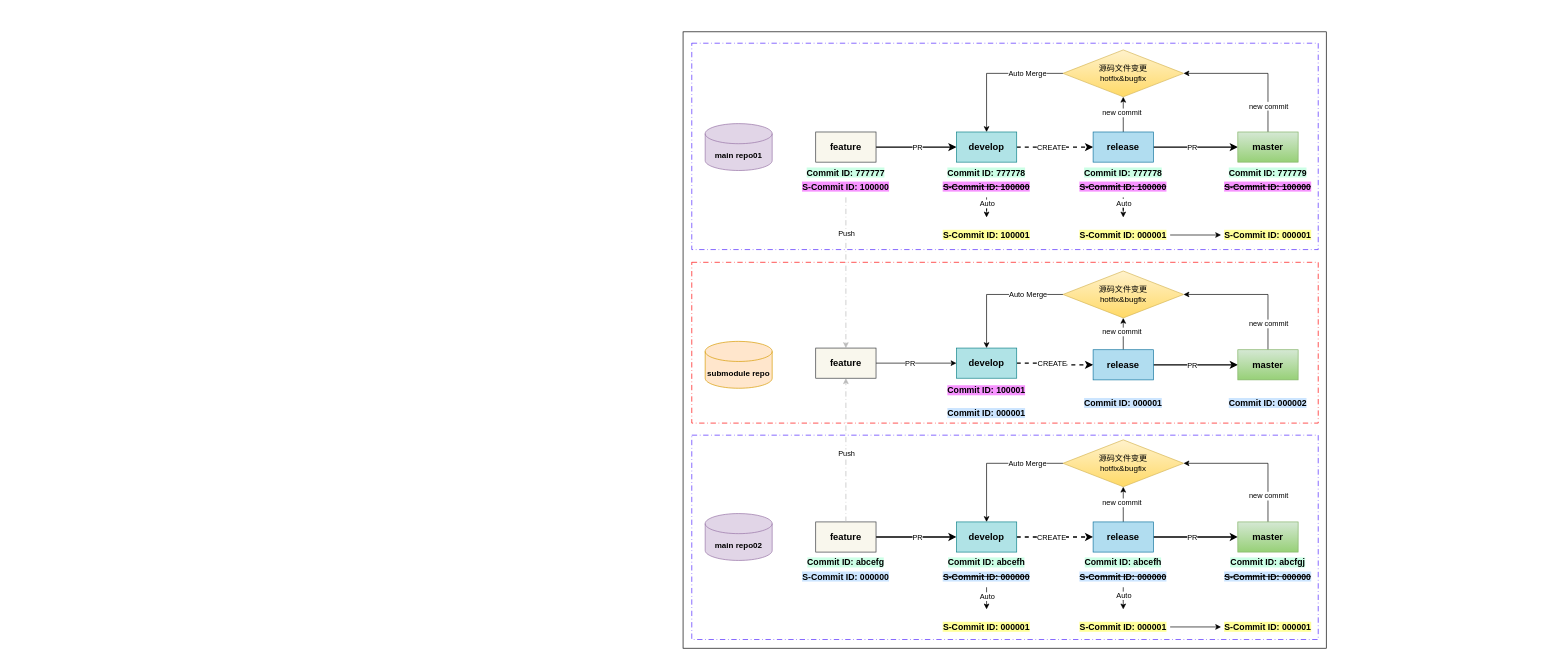
This is draw.io/storehub-submodule解决方案.drawio from ScottStorehub/scott_own, a draw.io file, before an edit. Source tidied: cells renumbered, new cells numbered last; positions are measured from the earlier drawing's top-left corner, leaving out a move shared by most shapes. Both pictures are drawn from the tidied source at 67%, with x=0, y=0 at pixel (683, 31).
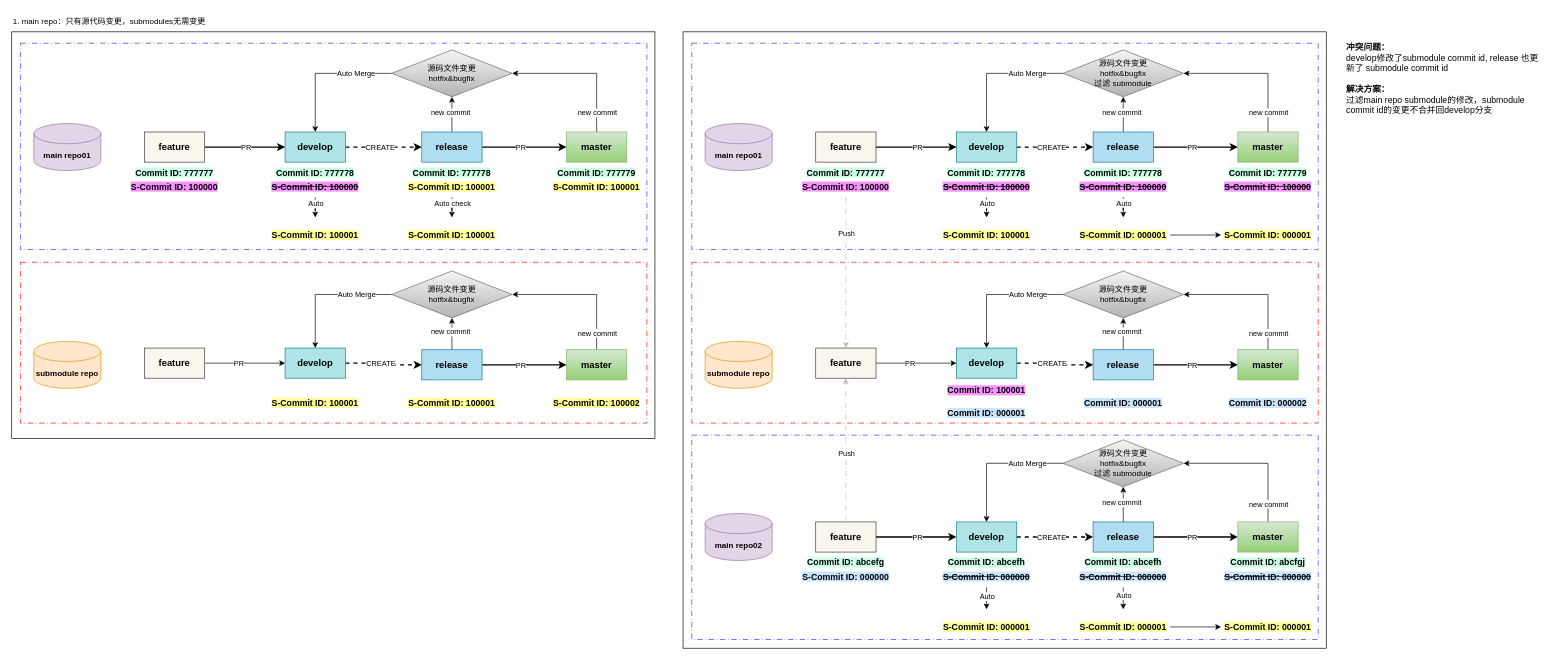
Above is the later version.

Commit message:
更新storehub-submodule解决方案.drawio

The change refers to these unchanged cells:
```xml
<mxCell id="16" style="edgeStyle=orthogonalEdgeStyle;rounded=0;jettySize=auto;html=1;exitX=0.5;exitY=0;exitDx=0;exitDy=0;entryX=1;entryY=0.5;entryDx=0;entryDy=0;endArrow=classic;endFill=1;" parent="1" edge="1" source="18" target="24">
  <mxGeometry relative="1" as="geometry" />
</mxCell>
<mxCell id="36" style="edgeStyle=orthogonalEdgeStyle;rounded=0;jettySize=auto;html=1;exitX=0.5;exitY=0;exitDx=0;exitDy=0;entryX=1;entryY=0.5;entryDx=0;entryDy=0;endArrow=classic;endFill=1;" parent="1" edge="1" source="38" target="41">
  <mxGeometry relative="1" as="geometry" />
</mxCell>
<mxCell id="63" style="edgeStyle=orthogonalEdgeStyle;rounded=0;jettySize=auto;html=1;exitX=0.5;exitY=0;exitDx=0;exitDy=0;entryX=1;entryY=0.5;entryDx=0;entryDy=0;endArrow=classic;endFill=1;" parent="1" edge="1" source="65" target="68">
  <mxGeometry relative="1" as="geometry" />
</mxCell>
```

Diff of the diagram source:
```diff
@@
     <mxCell id="17" value="new commit" style="edgeLabel;html=1;align=center;verticalAlign=middle;" parent="16" vertex="1">
-      <mxGeometry x="-0.63" relative="1" as="geometry" />
+      <mxGeometry x="-0.63" relative="1" as="geometry">
+        <mxPoint y="14" as="offset" />
+      </mxGeometry>
     </mxCell>
@@
-    <mxCell id="24" value="源码文件变更&lt;div&gt;hotfix&amp;amp;bugfix&lt;/div&gt;" style="rhombus;whiteSpace=wrap;html=1;fillColor=#fff2cc;gradientColor=#ffd966;strokeColor=#d6b656;" parent="1" vertex="1">
+    <mxCell id="24" value="源码文件变更&lt;div&gt;hotfix&amp;amp;bugfix&lt;/div&gt;" style="rhombus;whiteSpace=wrap;html=1;fillColor=#f5f5f5;gradientColor=#b3b3b3;strokeColor=#666666;" parent="1" vertex="1">
       <mxGeometry x="567" y="357" width="180" height="70" as="geometry" />
     </mxCell>
@@
     <mxCell id="37" value="new commit" style="edgeLabel;html=1;align=center;verticalAlign=middle;" parent="36" vertex="1">
-      <mxGeometry x="-0.63" relative="1" as="geometry" />
+      <mxGeometry x="-0.63" relative="1" as="geometry">
+        <mxPoint y="12" as="offset" />
+      </mxGeometry>
     </mxCell>
@@
-    <mxCell id="41" value="源码文件变更&lt;div&gt;hotfix&amp;amp;bugfix&lt;/div&gt;" style="rhombus;whiteSpace=wrap;html=1;fillColor=#fff2cc;gradientColor=#ffd966;strokeColor=#d6b656;" parent="1" vertex="1">
+    <mxCell id="41" value="源码文件变更&lt;div&gt;hotfix&amp;amp;bugfix&lt;/div&gt;&lt;div&gt;过滤 submodule&lt;/div&gt;" style="rhombus;whiteSpace=wrap;html=1;fillColor=#f5f5f5;gradientColor=#b3b3b3;strokeColor=#666666;shadow=0;rounded=0;" parent="1" vertex="1">
       <mxGeometry x="567" y="609" width="180" height="70" as="geometry" />
     </mxCell>
@@
     <mxCell id="64" value="new commit" style="edgeLabel;html=1;align=center;verticalAlign=middle;" parent="63" vertex="1">
-      <mxGeometry x="-0.63" relative="1" as="geometry" />
+      <mxGeometry x="-0.63" relative="1" as="geometry">
+        <mxPoint y="10" as="offset" />
+      </mxGeometry>
     </mxCell>
@@
-    <mxCell id="68" value="源码文件变更&lt;div&gt;hotfix&amp;amp;bugfix&lt;/div&gt;" style="rhombus;whiteSpace=wrap;html=1;fillColor=#fff2cc;gradientColor=#ffd966;strokeColor=#d6b656;" parent="1" vertex="1">
+    <mxCell id="68" value="源码文件变更&lt;div&gt;hotfix&amp;amp;bugfix&lt;/div&gt;&lt;div&gt;过滤 submodule&lt;/div&gt;" style="rhombus;whiteSpace=wrap;html=1;fillColor=#f5f5f5;gradientColor=#b3b3b3;strokeColor=#666666;" parent="1" vertex="1">
       <mxGeometry x="567" y="27" width="180" height="70" as="geometry" />
     </mxCell>
@@
+    <mxCell id="92" style="rounded=0;whiteSpace=wrap;html=1;fillColor=none;" parent="1" vertex="1">
+      <mxGeometry x="-1002" width="960" height="607" as="geometry" />
+    </mxCell>
+    <mxCell id="93" style="rounded=0;whiteSpace=wrap;html=1;fillColor=none;dashed=1;dashPattern=8 4 1 4;strokeColor=#FF0000;" parent="1" vertex="1">
+      <mxGeometry x="-989" y="344" width="935" height="240" as="geometry" />
+    </mxCell>
+    <mxCell id="94" style="rounded=0;whiteSpace=wrap;html=1;fillColor=none;dashed=1;dashPattern=8 4 1 4;strokeColor=#4D21FF;" parent="1" vertex="1">
+      <mxGeometry x="-989" y="17" width="935" height="308" as="geometry" />
+    </mxCell>
+    <mxCell id="95" value="submodule repo" style="shape=cylinder3;whiteSpace=wrap;html=1;boundedLbl=1;backgroundOutline=1;size=15;fillColor=#ffe6cc;strokeColor=#d79b00;fontStyle=1;" parent="1" vertex="1">
+      <mxGeometry x="-969" y="462" width="100" height="70" as="geometry" />
+    </mxCell>
+    <mxCell id="96" style="edgeStyle=orthogonalEdgeStyle;rounded=0;jettySize=auto;html=1;entryX=0;entryY=0.5;entryDx=0;entryDy=0;dashed=1;strokeWidth=2;" parent="1" edge="1" source="98" target="103">
+      <mxGeometry relative="1" as="geometry" />
+    </mxCell>
+    <mxCell id="97" value="CREATE" style="edgeLabel;html=1;align=center;verticalAlign=middle;" parent="96" vertex="1">
+      <mxGeometry x="-0.23" y="5" relative="1" as="geometry">
+        <mxPoint x="7" y="5" as="offset" />
+      </mxGeometry>
+    </mxCell>
+    <mxCell id="98" value="develop" style="rounded=0;whiteSpace=wrap;html=1;fontSize=14;fontStyle=1;fillColor=#b0e3e6;strokeColor=#0e8088;" parent="1" vertex="1">
+      <mxGeometry x="-594" y="472" width="90" height="45" as="geometry" />
+    </mxCell>
+    <mxCell id="99" style="edgeStyle=orthogonalEdgeStyle;rounded=0;jettySize=auto;html=1;exitX=1;exitY=0.5;exitDx=0;exitDy=0;strokeWidth=2;" parent="1" edge="1" source="103" target="106">
+      <mxGeometry relative="1" as="geometry" />
+    </mxCell>
+    <mxCell id="100" value="PR" style="edgeLabel;html=1;align=center;verticalAlign=middle;" parent="99" vertex="1">
+      <mxGeometry x="-0.03" y="3" relative="1" as="geometry">
+        <mxPoint x="-4" y="3" as="offset" />
+      </mxGeometry>
+    </mxCell>
+    <mxCell id="101" style="edgeStyle=orthogonalEdgeStyle;rounded=0;jettySize=auto;html=1;exitX=0.5;exitY=0;exitDx=0;exitDy=0;entryX=0.5;entryY=1;entryDx=0;entryDy=0;" parent="1" edge="1" source="103" target="111">
+      <mxGeometry relative="1" as="geometry" />
+    </mxCell>
+    <mxCell id="102" value="new commit" style="edgeLabel;html=1;align=center;verticalAlign=middle;" parent="101" vertex="1">
+      <mxGeometry x="0.12" y="-2" relative="1" as="geometry">
+        <mxPoint x="-5" as="offset" />
+      </mxGeometry>
+    </mxCell>
+    <mxCell id="103" value="release" style="rounded=0;whiteSpace=wrap;html=1;fontSize=14;fontStyle=1;fillColor=#b1ddf0;strokeColor=#10739e;" parent="1" vertex="1">
+      <mxGeometry x="-390" y="474.5" width="90" height="45" as="geometry" />
+    </mxCell>
+    <mxCell id="104" style="edgeStyle=orthogonalEdgeStyle;rounded=0;jettySize=auto;html=1;exitX=0.5;exitY=0;exitDx=0;exitDy=0;entryX=1;entryY=0.5;entryDx=0;entryDy=0;endArrow=classic;endFill=1;" parent="1" edge="1" source="106" target="111">
+      <mxGeometry relative="1" as="geometry" />
+    </mxCell>
+    <mxCell id="105" value="new commit" style="edgeLabel;html=1;align=center;verticalAlign=middle;" parent="104" vertex="1">
+      <mxGeometry x="-0.63" relative="1" as="geometry">
+        <mxPoint y="14" as="offset" />
+      </mxGeometry>
+    </mxCell>
+    <mxCell id="106" value="master" style="rounded=0;whiteSpace=wrap;html=1;fontSize=14;fontStyle=1;fillColor=#d5e8d4;gradientColor=#97d077;strokeColor=#82b366;" parent="1" vertex="1">
+      <mxGeometry x="-174" y="474.5" width="90" height="45" as="geometry" />
+    </mxCell>
+    <mxCell id="107" value="&lt;span style=&quot;background-color: rgb(255, 255, 153);&quot;&gt;S-Commit ID: 100001&lt;/span&gt;" style="text;html=1;whiteSpace=wrap;strokeColor=none;fillColor=none;align=center;verticalAlign=middle;rounded=0;fontSize=13;fontStyle=1;" parent="1" vertex="1">
+      <mxGeometry x="-415" y="539" width="140" height="30" as="geometry" />
+    </mxCell>
+    <mxCell id="108" value="&lt;span style=&quot;background-color: rgb(255, 255, 153);&quot;&gt;S-Commit ID: 100002&lt;/span&gt;" style="text;html=1;whiteSpace=wrap;strokeColor=none;fillColor=none;align=center;verticalAlign=middle;rounded=0;fontSize=13;fontStyle=1;" parent="1" vertex="1">
+      <mxGeometry x="-199" y="539" width="140" height="30" as="geometry" />
+    </mxCell>
+    <mxCell id="109" style="edgeStyle=orthogonalEdgeStyle;rounded=0;jettySize=auto;html=1;exitX=0;exitY=0.5;exitDx=0;exitDy=0;entryX=0.5;entryY=0;entryDx=0;entryDy=0;" parent="1" edge="1" source="111" target="98">
+      <mxGeometry relative="1" as="geometry" />
+    </mxCell>
+    <mxCell id="110" value="Auto Merge" style="edgeLabel;html=1;align=center;verticalAlign=middle;" parent="109" vertex="1">
+      <mxGeometry x="-0.7" y="4" relative="1" as="geometry">
+        <mxPoint x="-24" y="-4" as="offset" />
+      </mxGeometry>
+    </mxCell>
+    <mxCell id="111" value="源码文件变更&lt;div&gt;hotfix&amp;amp;bugfix&lt;/div&gt;" style="rhombus;whiteSpace=wrap;html=1;fillColor=#f5f5f5;gradientColor=#b3b3b3;strokeColor=#666666;" parent="1" vertex="1">
+      <mxGeometry x="-435" y="357" width="180" height="70" as="geometry" />
+    </mxCell>
+    <mxCell id="112" value="main repo01" style="shape=cylinder3;whiteSpace=wrap;html=1;boundedLbl=1;backgroundOutline=1;size=15;fontStyle=1;fillColor=#e1d5e7;strokeColor=#9673a6;" parent="1" vertex="1">
+      <mxGeometry x="-969" y="137" width="100" height="70" as="geometry" />
+    </mxCell>
+    <mxCell id="113" style="edgeStyle=orthogonalEdgeStyle;rounded=0;jettySize=auto;html=1;exitX=1;exitY=0.5;exitDx=0;exitDy=0;strokeWidth=2;" parent="1" edge="1" source="115" target="118">
+      <mxGeometry relative="1" as="geometry" />
+    </mxCell>
+    <mxCell id="114" value="PR" style="edgeLabel;html=1;align=center;verticalAlign=middle;" parent="113" vertex="1">
+      <mxGeometry x="-0.13" y="-1" relative="1" as="geometry">
+        <mxPoint x="9" y="-1" as="offset" />
+      </mxGeometry>
+    </mxCell>
+    <mxCell id="115" value="feature" style="rounded=0;whiteSpace=wrap;html=1;fontSize=14;fontStyle=1;fillColor=#f9f7ed;strokeColor=#36393d;" parent="1" vertex="1">
+      <mxGeometry x="-804" y="149.5" width="90" height="45" as="geometry" />
+    </mxCell>
+    <mxCell id="116" style="edgeStyle=orthogonalEdgeStyle;rounded=0;jettySize=auto;html=1;entryX=0;entryY=0.5;entryDx=0;entryDy=0;dashed=1;strokeWidth=2;" parent="1" edge="1" source="118" target="123">
+      <mxGeometry relative="1" as="geometry" />
+    </mxCell>
+    <mxCell id="117" value="CREATE" style="edgeLabel;html=1;align=center;verticalAlign=middle;" parent="116" vertex="1">
+      <mxGeometry y="-2" relative="1" as="geometry">
+        <mxPoint x="-6" y="-2" as="offset" />
+      </mxGeometry>
+    </mxCell>
+    <mxCell id="118" value="develop" style="rounded=0;whiteSpace=wrap;html=1;fontSize=14;fontStyle=1;fillColor=#b0e3e6;strokeColor=#0e8088;" parent="1" vertex="1">
+      <mxGeometry x="-594" y="149.5" width="90" height="45" as="geometry" />
+    </mxCell>
+    <mxCell id="119" style="edgeStyle=orthogonalEdgeStyle;rounded=0;jettySize=auto;html=1;exitX=1;exitY=0.5;exitDx=0;exitDy=0;strokeWidth=2;" parent="1" edge="1" source="123" target="126">
+      <mxGeometry relative="1" as="geometry" />
+    </mxCell>
+    <mxCell id="120" value="PR" style="edgeLabel;html=1;align=center;verticalAlign=middle;" parent="119" vertex="1">
+      <mxGeometry x="-0.1" relative="1" as="geometry" />
+    </mxCell>
+    <mxCell id="121" style="edgeStyle=orthogonalEdgeStyle;rounded=0;jettySize=auto;html=1;exitX=0.5;exitY=0;exitDx=0;exitDy=0;entryX=0.5;entryY=1;entryDx=0;entryDy=0;" parent="1" edge="1" source="123" target="129">
+      <mxGeometry relative="1" as="geometry" />
+    </mxCell>
+    <mxCell id="122" value="new commit" style="edgeLabel;html=1;align=center;verticalAlign=middle;" parent="121" vertex="1">
+      <mxGeometry x="0.12" y="-2" relative="1" as="geometry">
+        <mxPoint x="-5" as="offset" />
+      </mxGeometry>
+    </mxCell>
+    <mxCell id="123" value="release" style="rounded=0;whiteSpace=wrap;html=1;fontSize=14;fontStyle=1;fillColor=#b1ddf0;strokeColor=#10739e;" parent="1" vertex="1">
+      <mxGeometry x="-390" y="149.5" width="90" height="45" as="geometry" />
+    </mxCell>
+    <mxCell id="124" style="edgeStyle=orthogonalEdgeStyle;rounded=0;jettySize=auto;html=1;exitX=0.5;exitY=0;exitDx=0;exitDy=0;entryX=1;entryY=0.5;entryDx=0;entryDy=0;endArrow=classic;endFill=1;" parent="1" edge="1" source="126" target="129">
+      <mxGeometry relative="1" as="geometry" />
+    </mxCell>
+    <mxCell id="125" value="new commit" style="edgeLabel;html=1;align=center;verticalAlign=middle;" parent="124" vertex="1">
+      <mxGeometry x="-0.63" relative="1" as="geometry">
+        <mxPoint y="10" as="offset" />
+      </mxGeometry>
+    </mxCell>
+    <mxCell id="126" value="master" style="rounded=0;whiteSpace=wrap;html=1;fontSize=14;fontStyle=1;fillColor=#d5e8d4;gradientColor=#97d077;strokeColor=#82b366;" parent="1" vertex="1">
+      <mxGeometry x="-174" y="149.5" width="90" height="45" as="geometry" />
+    </mxCell>
+    <mxCell id="127" style="edgeStyle=orthogonalEdgeStyle;rounded=0;jettySize=auto;html=1;exitX=0;exitY=0.5;exitDx=0;exitDy=0;entryX=0.5;entryY=0;entryDx=0;entryDy=0;" parent="1" edge="1" source="129" target="118">
+      <mxGeometry relative="1" as="geometry" />
+    </mxCell>
+    <mxCell id="128" value="Auto Merge" style="edgeLabel;html=1;align=center;verticalAlign=middle;" parent="127" vertex="1">
+      <mxGeometry x="-0.7" y="4" relative="1" as="geometry">
+        <mxPoint x="-24" y="-4" as="offset" />
+      </mxGeometry>
+    </mxCell>
+    <mxCell id="129" value="源码文件变更&lt;div&gt;hotfix&amp;amp;bugfix&lt;/div&gt;" style="rhombus;whiteSpace=wrap;html=1;fillColor=#f5f5f5;gradientColor=#b3b3b3;strokeColor=#666666;" parent="1" vertex="1">
+      <mxGeometry x="-435" y="27" width="180" height="70" as="geometry" />
+    </mxCell>
+    <mxCell id="130" style="edgeStyle=orthogonalEdgeStyle;rounded=0;jettySize=auto;html=1;" parent="1" edge="1" source="132" target="138">
+      <mxGeometry relative="1" as="geometry" />
+    </mxCell>
+    <mxCell id="131" value="Auto" style="edgeLabel;html=1;align=center;verticalAlign=middle;" parent="130" vertex="1">
+      <mxGeometry x="0.31" y="-2" relative="1" as="geometry">
+        <mxPoint x="2" y="-4" as="offset" />
+      </mxGeometry>
+    </mxCell>
+    <mxCell id="132" value="&lt;div style=&quot;line-height: 160%;&quot;&gt;&lt;div&gt;&lt;span style=&quot;background-color: rgb(204, 255, 230);&quot;&gt;Commit ID: 777778&lt;/span&gt;&lt;/div&gt;&lt;span style=&quot;background-color: rgb(247, 147, 255);&quot;&gt;&lt;strike&gt;S-Commit ID: 100000&lt;/strike&gt;&lt;/span&gt;&lt;/div&gt;" style="text;html=1;whiteSpace=wrap;strokeColor=none;fillColor=none;align=center;verticalAlign=middle;rounded=0;fontSize=13;fontStyle=1;spacing=3;" parent="1" vertex="1">
+      <mxGeometry x="-619" y="194.5" width="140" height="52.5" as="geometry" />
+    </mxCell>
+    <mxCell id="133" style="edgeStyle=orthogonalEdgeStyle;rounded=0;jettySize=auto;html=1;" parent="1" edge="1" source="135" target="139">
+      <mxGeometry relative="1" as="geometry" />
+    </mxCell>
+    <mxCell id="134" value="Auto check" style="edgeLabel;html=1;align=center;verticalAlign=middle;" parent="133" vertex="1">
+      <mxGeometry x="-0.67" relative="1" as="geometry" />
+    </mxCell>
+    <mxCell id="135" value="&lt;div style=&quot;line-height: 160%;&quot;&gt;&lt;div&gt;&lt;span style=&quot;background-color: rgb(204, 255, 230);&quot;&gt;Commit ID: 777778&lt;/span&gt;&lt;/div&gt;&lt;span style=&quot;background-color: rgb(255, 255, 153);&quot;&gt;S-Commit ID: 100001&lt;/span&gt;&lt;/div&gt;" style="text;html=1;whiteSpace=wrap;strokeColor=none;fillColor=none;align=center;verticalAlign=middle;rounded=0;fontSize=13;fontStyle=1;spacing=3;" parent="1" vertex="1">
+      <mxGeometry x="-415" y="194.5" width="140" height="52.5" as="geometry" />
+    </mxCell>
+    <mxCell id="136" value="&lt;div style=&quot;line-height: 160%;&quot;&gt;&lt;div&gt;&lt;span style=&quot;background-color: rgb(204, 255, 230);&quot;&gt;Commit ID: 777779&lt;/span&gt;&lt;/div&gt;&lt;span style=&quot;background-color: rgb(255, 255, 153);&quot;&gt;S-Commit ID: 100001&lt;/span&gt;&lt;/div&gt;" style="text;html=1;whiteSpace=wrap;strokeColor=none;fillColor=none;align=center;verticalAlign=middle;rounded=0;fontSize=13;fontStyle=1;spacing=3;" parent="1" vertex="1">
+      <mxGeometry x="-199" y="194.5" width="140" height="52.5" as="geometry" />
+    </mxCell>
+    <mxCell id="137" value="&lt;span style=&quot;background-color: rgb(255, 255, 153);&quot;&gt;S-Commit ID: 100001&lt;/span&gt;" style="text;html=1;whiteSpace=wrap;strokeColor=none;fillColor=none;align=center;verticalAlign=middle;rounded=0;fontSize=13;fontStyle=1;" parent="1" vertex="1">
+      <mxGeometry x="-619" y="539" width="140" height="30" as="geometry" />
+    </mxCell>
+    <mxCell id="138" value="&lt;div&gt;&lt;span style=&quot;color: light-dark(rgb(0, 0, 0), rgb(255, 255, 255)); background-color: rgb(255, 255, 153);&quot;&gt;S-Commit ID: 100001&lt;/span&gt;&lt;/div&gt;" style="text;html=1;whiteSpace=wrap;strokeColor=none;fillColor=none;align=center;verticalAlign=middle;rounded=0;fontSize=13;fontStyle=1;" parent="1" vertex="1">
+      <mxGeometry x="-619" y="277" width="140" height="52.5" as="geometry" />
+    </mxCell>
+    <mxCell id="139" value="&lt;div&gt;&lt;span style=&quot;color: light-dark(rgb(0, 0, 0), rgb(255, 255, 255)); background-color: rgb(255, 255, 153);&quot;&gt;S-Commit ID: 100001&lt;/span&gt;&lt;/div&gt;" style="text;html=1;whiteSpace=wrap;strokeColor=none;fillColor=none;align=center;verticalAlign=middle;rounded=0;fontSize=13;fontStyle=1;" parent="1" vertex="1">
+      <mxGeometry x="-415" y="277" width="140" height="52.5" as="geometry" />
+    </mxCell>
+    <mxCell id="140" style="edgeStyle=orthogonalEdgeStyle;rounded=0;jettySize=auto;html=1;exitX=1;exitY=0.5;exitDx=0;exitDy=0;entryX=0;entryY=0.5;entryDx=0;entryDy=0;" parent="1" edge="1" source="142" target="98">
+      <mxGeometry relative="1" as="geometry" />
+    </mxCell>
+    <mxCell id="141" value="PR" style="edgeLabel;html=1;align=center;verticalAlign=middle;" parent="140" vertex="1">
+      <mxGeometry x="-0.16" relative="1" as="geometry" />
+    </mxCell>
+    <mxCell id="142" value="feature" style="rounded=0;whiteSpace=wrap;html=1;fontSize=14;fontStyle=1;fillColor=#f9f7ed;strokeColor=#36393d;" parent="1" vertex="1">
+      <mxGeometry x="-804" y="472" width="90" height="45" as="geometry" />
+    </mxCell>
+    <mxCell id="143" value="&lt;div style=&quot;line-height: 160%;&quot;&gt;&lt;div&gt;&lt;span style=&quot;background-color: rgb(204, 255, 230);&quot;&gt;Commit ID: 777777&lt;/span&gt;&lt;/div&gt;&lt;span style=&quot;background-color: rgb(247, 147, 255);&quot;&gt;S-Commit ID: 100000&lt;/span&gt;&lt;/div&gt;" style="text;html=1;whiteSpace=wrap;strokeColor=none;fillColor=none;align=center;verticalAlign=middle;rounded=0;fontSize=13;fontStyle=1;spacing=3;" parent="1" vertex="1">
+      <mxGeometry x="-829" y="194.5" width="140" height="52.5" as="geometry" />
+    </mxCell>
+    <mxCell id="144" value="1. main repo：只有源代码变更，submodules无需变更" style="text;html=1;whiteSpace=wrap;strokeColor=none;fillColor=none;align=left;verticalAlign=middle;rounded=0;" parent="1" vertex="1">
+      <mxGeometry x="-1002" y="-30" width="340" height="30" as="geometry" />
+    </mxCell>
+    <mxCell id="145" value="&lt;b&gt;冲突问题：&lt;/b&gt;&lt;div&gt;develop修改了submodule commit id, release 也更新了 submodule commit id&lt;br&gt;&lt;br&gt;&lt;/div&gt;&lt;div&gt;&lt;b&gt;解决方案：&lt;/b&gt;&lt;/div&gt;&lt;div&gt;过滤main repo submodule的修改，submodule commit id的变更不合并回develop分支&lt;/div&gt;" style="text;html=1;whiteSpace=wrap;strokeColor=none;fillColor=none;align=left;verticalAlign=middle;rounded=0;fontSize=13;" parent="1" vertex="1">
+      <mxGeometry x="988" width="290" height="140" as="geometry" />
+    </mxCell>
```
